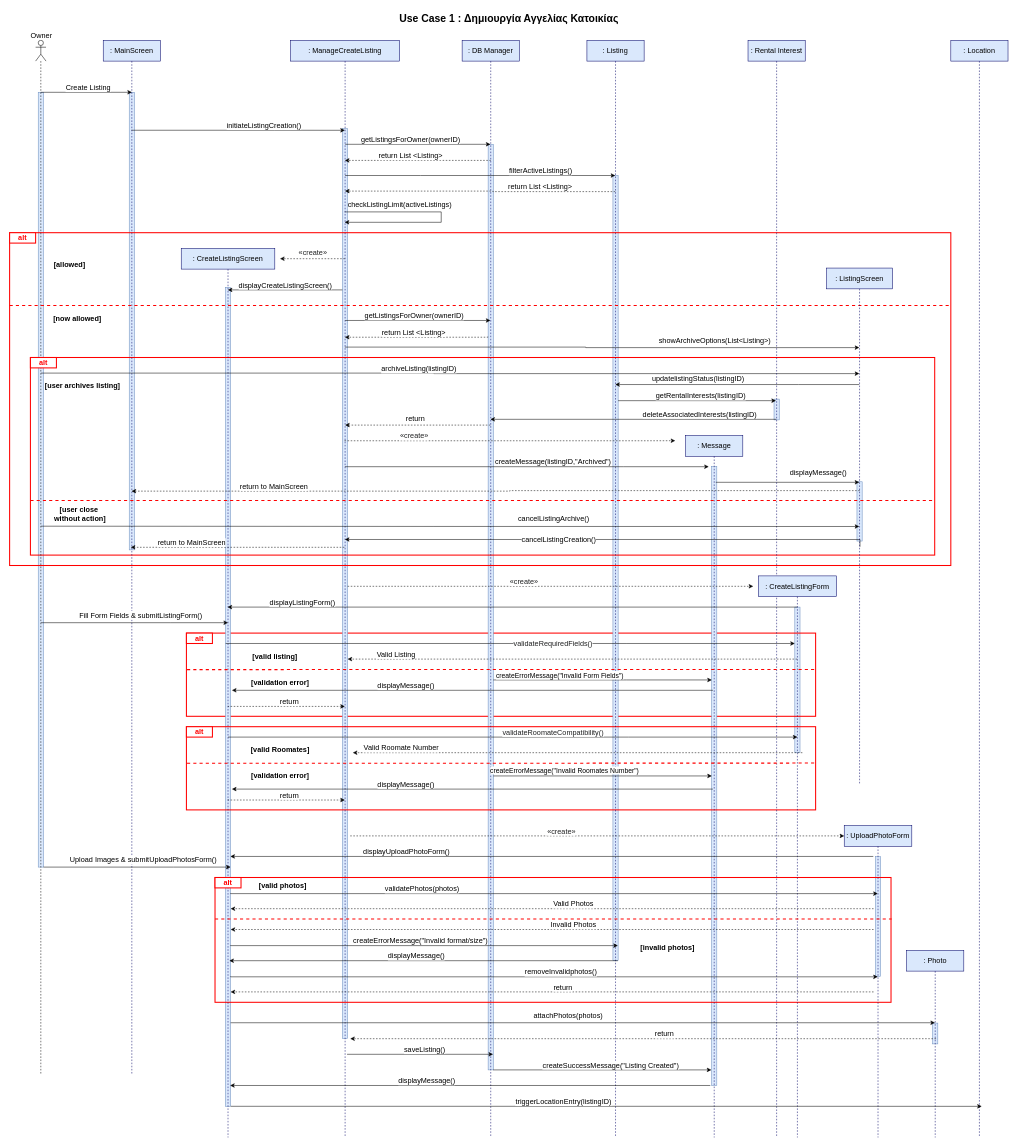
Earlier version of the draw.io diagram page "use-case-1" (1 of 15) of Παραδοτεο 3/sequences_new2.drawio (evelinastavropoulou/HomeLink). Source tidied: cells renumbered, new cells numbered last; positions are measured from the earlier drawing's top-left corner, leaving out a move shared by most shapes. Both pictures are drawn from the tidied source at 52%, with x=0, y=0 at pixel (9, 9).
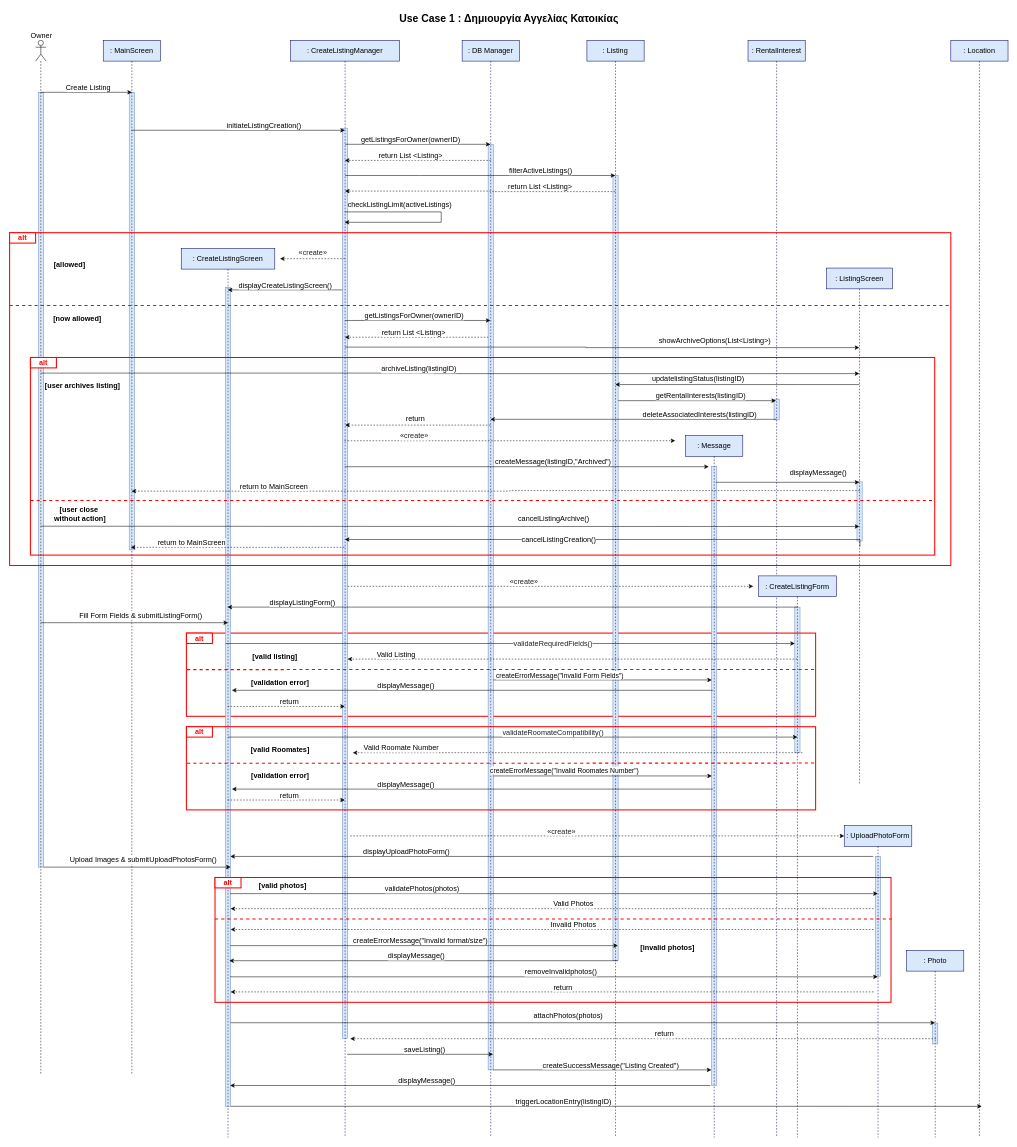
The same page after the edit.

Diff of the diagram source:
```diff
@@
-    <mxCell id="43" value=": ManageCreateListing" style="shape=umlLifeline;perimeter=lifelinePerimeter;whiteSpace=wrap;html=1;outlineConnect=0;portConstraint=eastwest;newEdgeStyle={&quot;curved&quot;:0,&quot;rounded&quot;:0};fillColor=#dae8fc;strokeColor=#000066;fontSize=14;" parent="1" vertex="1">
+    <mxCell id="43" value=": CreateListingManager" style="shape=umlLifeline;perimeter=lifelinePerimeter;whiteSpace=wrap;html=1;outlineConnect=0;portConstraint=eastwest;newEdgeStyle={&quot;curved&quot;:0,&quot;rounded&quot;:0};fillColor=#dae8fc;strokeColor=#000066;fontSize=14;" parent="1" vertex="1">
       <mxGeometry x="540.2" y="60" width="210" height="2110" as="geometry" />
     </mxCell>
@@
-    <mxCell id="69" value=": Rental Interest" style="shape=umlLifeline;perimeter=lifelinePerimeter;whiteSpace=wrap;html=1;newEdgeStyle={&quot;curved&quot;:0,&quot;rounded&quot;:0};fillColor=#dae8fc;strokeColor=#000066;fontSize=14;" parent="1" vertex="1">
+    <mxCell id="69" value=": RentalInterest" style="shape=umlLifeline;perimeter=lifelinePerimeter;whiteSpace=wrap;html=1;newEdgeStyle={&quot;curved&quot;:0,&quot;rounded&quot;:0};fillColor=#dae8fc;strokeColor=#000066;fontSize=14;" parent="1" vertex="1">
       <mxGeometry x="1420" y="60" width="110" height="2110" as="geometry" />
     </mxCell>
```
